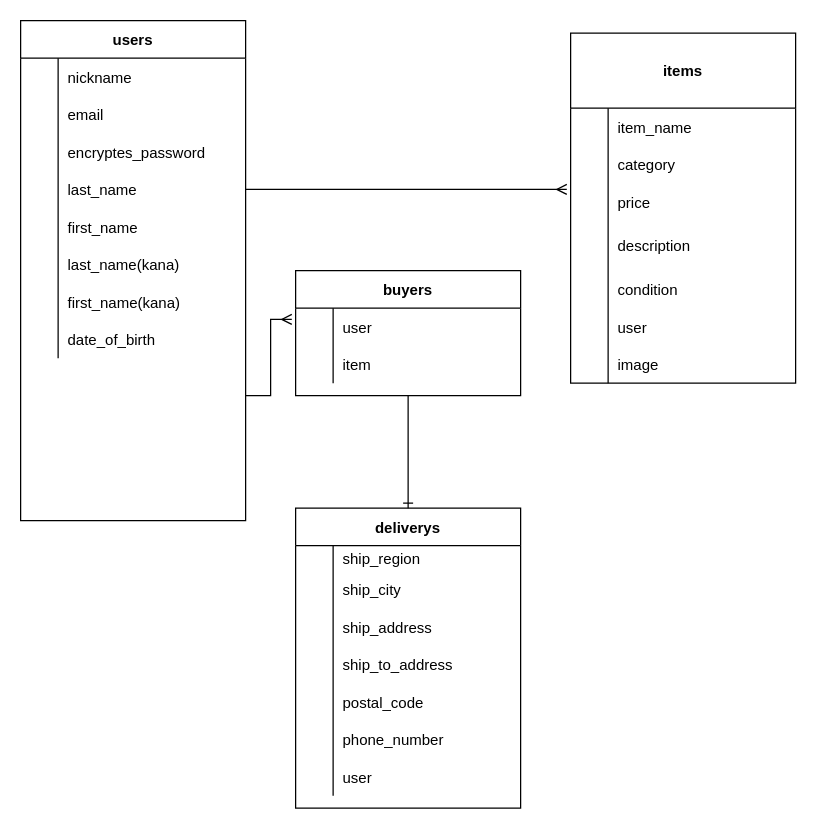
The draw.io diagram app/assets/images/test.dio in motuko61/furima-35954, before the edit. Source tidied: cells renumbered, new cells numbered last; positions are measured from the earlier drawing's top-left corner, leaving out a move shared by most shapes. Both pictures are drawn from the tidied source at 125%, with x=0, y=0 at pixel (20, 20).
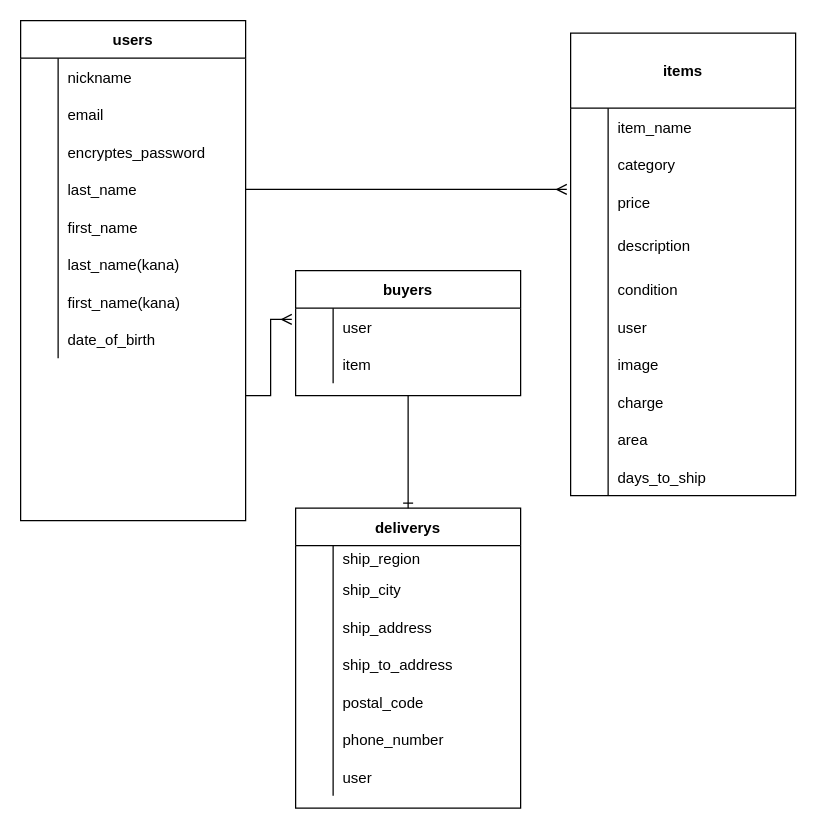
Above is the later version.

The edit, as a diff of the source:
```diff
@@
     <mxCell id="25" value="items" style="shape=table;startSize=60;childLayout=tableLayout;rowLines=0;fontStyle=1;align=center;" parent="1" vertex="1">
-      <mxGeometry x="440" y="10" width="180" height="280" as="geometry" />
+      <mxGeometry x="440" y="10" width="180" height="370" as="geometry" />
     </mxCell>
@@
+    <mxCell id="84" style="shape=partialRectangle;fillColor=none;top=0;left=0;bottom=0;right=0;" parent="25" vertex="1">
+      <mxGeometry y="280" width="180" height="30" as="geometry" />
+    </mxCell>
+    <mxCell id="85" style="shape=partialRectangle;fillColor=none;top=0;left=0;bottom=0;right=0;overflow=hidden;" parent="84" vertex="1">
+      <mxGeometry width="30" height="30" as="geometry" />
+    </mxCell>
+    <mxCell id="86" value="charge" style="shape=partialRectangle;fillColor=none;top=0;left=0;bottom=0;right=0;align=left;spacingLeft=6;overflow=hidden;" parent="84" vertex="1">
+      <mxGeometry x="30" width="150" height="30" as="geometry" />
+    </mxCell>
+    <mxCell id="87" style="shape=partialRectangle;fillColor=none;top=0;left=0;bottom=0;right=0;" parent="25" vertex="1">
+      <mxGeometry y="310" width="180" height="30" as="geometry" />
+    </mxCell>
+    <mxCell id="88" style="shape=partialRectangle;fillColor=none;top=0;left=0;bottom=0;right=0;overflow=hidden;" parent="87" vertex="1">
+      <mxGeometry width="30" height="30" as="geometry" />
+    </mxCell>
+    <mxCell id="89" value="area" style="shape=partialRectangle;fillColor=none;top=0;left=0;bottom=0;right=0;align=left;spacingLeft=6;overflow=hidden;" parent="87" vertex="1">
+      <mxGeometry x="30" width="150" height="30" as="geometry" />
+    </mxCell>
+    <mxCell id="90" style="shape=partialRectangle;fillColor=none;top=0;left=0;bottom=0;right=0;" parent="25" vertex="1">
+      <mxGeometry y="340" width="180" height="30" as="geometry" />
+    </mxCell>
+    <mxCell id="91" style="shape=partialRectangle;fillColor=none;top=0;left=0;bottom=0;right=0;overflow=hidden;" parent="90" vertex="1">
+      <mxGeometry width="30" height="30" as="geometry" />
+    </mxCell>
+    <mxCell id="92" value="days_to_ship" style="shape=partialRectangle;fillColor=none;top=0;left=0;bottom=0;right=0;align=left;spacingLeft=6;overflow=hidden;" parent="90" vertex="1">
+      <mxGeometry x="30" width="150" height="30" as="geometry" />
+    </mxCell>
```
